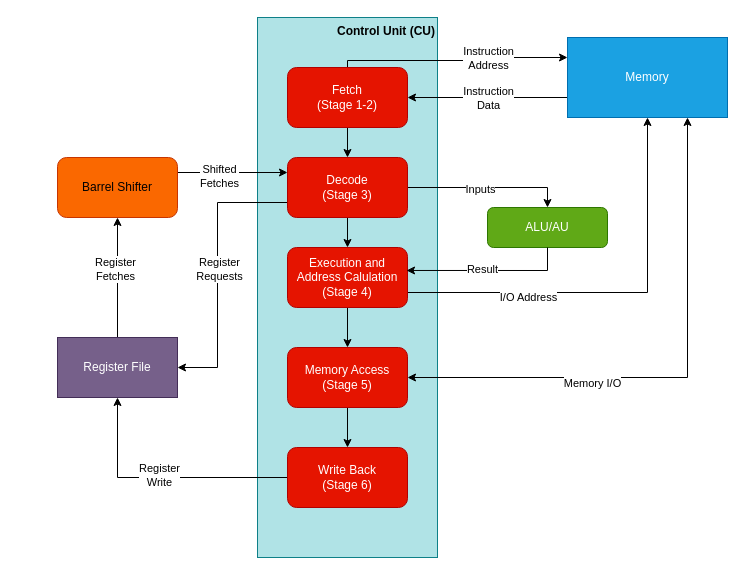
The draw.io diagram docs/reference/diagrams/cpu-block-diagram.drawio.xml in NoxHarmonium/sirc, before the edit. Source tidied: cells renumbered, new cells numbered last; positions are measured from the earlier drawing's top-left corner, leaving out a move shared by most shapes. Both pictures are drawn from the tidied source at 100%, with x=0, y=0 at pixel (57, 17).
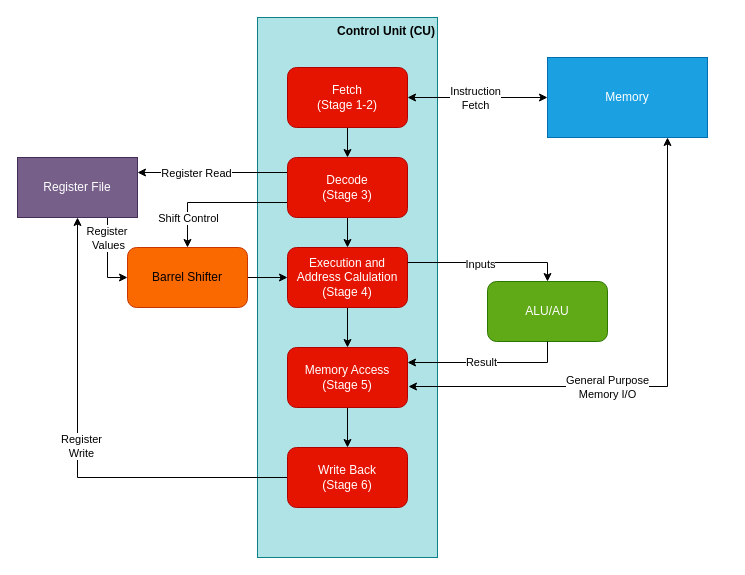
The same page after the edit.

The change refers to these unchanged cells:
```xml
<mxCell id="6" value="&lt;div&gt;Fetch&lt;/div&gt;&lt;div&gt;(Stage 1-2)&lt;/div&gt;" style="rounded=1;whiteSpace=wrap;html=1;fillColor=#e51400;fontColor=#ffffff;strokeColor=#B20000;" parent="1" vertex="1">
  <mxGeometry x="230" y="50" width="120" height="60" as="geometry" />
</mxCell>
<mxCell id="10" value="&lt;div&gt;Execution and Address Calulation&lt;/div&gt;&lt;div&gt;(Stage 4)&lt;/div&gt;" style="rounded=1;whiteSpace=wrap;html=1;fillColor=#e51400;fontColor=#ffffff;strokeColor=#B20000;" parent="1" vertex="1">
  <mxGeometry x="230" y="230" width="120" height="60" as="geometry" />
</mxCell>
<mxCell id="12" value="&lt;div&gt;Memory Access&lt;/div&gt;&lt;div&gt;(Stage 5)&lt;/div&gt;" style="rounded=1;whiteSpace=wrap;html=1;fillColor=#e51400;fontColor=#ffffff;strokeColor=#B20000;" parent="1" vertex="1">
  <mxGeometry x="230" y="330" width="120" height="60" as="geometry" />
</mxCell>
<mxCell id="33" value="&lt;div&gt;Decode&lt;/div&gt;&lt;div&gt;(Stage 3)&lt;/div&gt;" style="rounded=1;whiteSpace=wrap;html=1;fillColor=#e51400;fontColor=#ffffff;strokeColor=#B20000;" parent="1" vertex="1">
  <mxGeometry x="230" y="140" width="120" height="60" as="geometry" />
</mxCell>
```

The edit, as a diff of the source:
```diff
@@
-    <mxCell id="4" style="edgeStyle=orthogonalEdgeStyle;rounded=0;jettySize=auto;html=1;exitX=0.5;exitY=0;exitDx=0;exitDy=0;entryX=0;entryY=0.25;entryDx=0;entryDy=0;" parent="1" edge="1" source="6" target="21">
-      <mxGeometry relative="1" as="geometry">
-        <Array as="points">
-          <mxPoint x="290" y="43" />
-          <mxPoint x="430" y="43" />
-        </Array>
-      </mxGeometry>
-    </mxCell>
-    <mxCell id="5" value="&lt;div&gt;Instruction&lt;/div&gt;&lt;div&gt;Address&lt;/div&gt;" style="edgeLabel;html=1;align=center;verticalAlign=middle;" parent="4" vertex="1">
-      <mxGeometry x="0.17" y="-5" relative="1" as="geometry">
-        <mxPoint x="12" y="-8" as="offset" />
-      </mxGeometry>
-    </mxCell>
@@
-    <mxCell id="8" style="edgeStyle=orthogonalEdgeStyle;rounded=0;jettySize=auto;html=1;exitX=1;exitY=0.75;exitDx=0;exitDy=0;entryX=0.5;entryY=1;entryDx=0;entryDy=0;" parent="1" edge="1" source="10" target="21">
-      <mxGeometry relative="1" as="geometry" />
-    </mxCell>
-    <mxCell id="9" value="I/O Address" style="edgeLabel;html=1;align=center;verticalAlign=middle;" parent="8" vertex="1">
-      <mxGeometry x="-0.42" y="-4" relative="1" as="geometry" />
-    </mxCell>
@@
     <mxCell id="16" value="ALU/AU" style="rounded=1;whiteSpace=wrap;html=1;fillColor=#60a917;fontColor=#ffffff;strokeColor=#2D7600;" parent="1" vertex="1">
-      <mxGeometry x="430" y="190" width="120" height="40" as="geometry" />
+      <mxGeometry x="430" y="264" width="120" height="60" as="geometry" />
     </mxCell>
-    <mxCell id="17" style="edgeStyle=orthogonalEdgeStyle;rounded=0;jettySize=auto;html=1;exitX=0.75;exitY=1;exitDx=0;exitDy=0;entryX=1;entryY=0.5;entryDx=0;entryDy=0;startArrow=classic;startFill=1;" parent="1" edge="1" source="21" target="12">
+    <mxCell id="17" style="edgeStyle=orthogonalEdgeStyle;rounded=0;jettySize=auto;html=1;exitX=0.75;exitY=1;exitDx=0;exitDy=0;entryX=1.008;entryY=0.65;entryDx=0;entryDy=0;startArrow=classic;startFill=1;entryPerimeter=0;" parent="1" edge="1" source="21" target="12">
       <mxGeometry relative="1" as="geometry" />
     </mxCell>
-    <mxCell id="18" value="Memory I/O" style="edgeLabel;html=1;align=center;verticalAlign=middle;" parent="17" vertex="1">
-      <mxGeometry x="0.32" y="5" relative="1" as="geometry" />
+    <mxCell id="18" value="General Purpose&lt;div&gt;Memory I/O&lt;/div&gt;" style="edgeLabel;html=1;align=center;verticalAlign=middle;fontStyle=0;" parent="17" vertex="1">
+      <mxGeometry x="0.32" y="5" relative="1" as="geometry">
+        <mxPoint x="25" y="-5" as="offset" />
+      </mxGeometry>
     </mxCell>
-    <mxCell id="19" style="edgeStyle=orthogonalEdgeStyle;rounded=0;jettySize=auto;html=1;exitX=0;exitY=0.75;exitDx=0;exitDy=0;entryX=1;entryY=0.5;entryDx=0;entryDy=0;" parent="1" edge="1" source="21" target="6">
+    <mxCell id="19" style="edgeStyle=orthogonalEdgeStyle;rounded=0;jettySize=auto;html=1;exitX=0;exitY=0.5;exitDx=0;exitDy=0;entryX=1;entryY=0.5;entryDx=0;entryDy=0;startArrow=classic;startFill=1;" parent="1" edge="1" source="21" target="6">
       <mxGeometry relative="1" as="geometry" />
     </mxCell>
-    <mxCell id="20" value="&lt;div&gt;Instruction&lt;/div&gt;&lt;div&gt;Data&lt;/div&gt;" style="edgeLabel;html=1;align=center;verticalAlign=middle;" parent="19" vertex="1">
+    <mxCell id="20" value="&lt;div&gt;Instruction&lt;/div&gt;&lt;div&gt;Fetch&lt;/div&gt;" style="edgeLabel;html=1;align=center;verticalAlign=middle;" parent="19" vertex="1">
       <mxGeometry x="-0.25" y="1" relative="1" as="geometry">
         <mxPoint x="-20" y="-1" as="offset" />
       </mxGeometry>
     </mxCell>
     <mxCell id="21" value="Memory" style="rounded=0;whiteSpace=wrap;html=1;fillColor=#1ba1e2;fontColor=#ffffff;strokeColor=#006EAF;" parent="1" vertex="1">
-      <mxGeometry x="510" y="20" width="160" height="80" as="geometry" />
+      <mxGeometry x="490" y="40" width="160" height="80" as="geometry" />
     </mxCell>
-    <mxCell id="22" style="edgeStyle=orthogonalEdgeStyle;rounded=0;jettySize=auto;html=1;exitX=0.5;exitY=0;exitDx=0;exitDy=0;entryX=0.5;entryY=1;entryDx=0;entryDy=0;" parent="1" edge="1" source="24" target="27">
+    <mxCell id="22" style="edgeStyle=orthogonalEdgeStyle;rounded=0;jettySize=auto;html=1;exitX=0.75;exitY=1;exitDx=0;exitDy=0;entryX=0;entryY=0.5;entryDx=0;entryDy=0;" parent="1" edge="1" source="24" target="27">
       <mxGeometry relative="1" as="geometry" />
     </mxCell>
-    <mxCell id="23" value="&lt;div&gt;Register&lt;/div&gt;&lt;div&gt;Fetches&lt;/div&gt;" style="edgeLabel;html=1;align=center;verticalAlign=middle;" parent="22" vertex="1">
-      <mxGeometry x="0.15" y="3" relative="1" as="geometry" />
-    </mxCell>
+    <mxCell id="36" value="&lt;div&gt;Register&amp;nbsp;&lt;/div&gt;&lt;div&gt;Values&lt;/div&gt;" style="edgeLabel;html=1;align=center;verticalAlign=middle;" parent="22" vertex="1">
+      <mxGeometry x="-0.28" y="3" relative="1" as="geometry">
+        <mxPoint x="-3" y="-9" as="offset" />
+      </mxGeometry>
+    </mxCell>
     <mxCell id="24" value="Register File" style="rounded=0;whiteSpace=wrap;html=1;fillColor=#76608a;fontColor=#ffffff;strokeColor=#432D57;" parent="1" vertex="1">
-      <mxGeometry y="320" width="120" height="60" as="geometry" />
+      <mxGeometry x="-40" y="140" width="120" height="60" as="geometry" />
     </mxCell>
-    <mxCell id="25" style="edgeStyle=orthogonalEdgeStyle;rounded=0;jettySize=auto;html=1;exitX=1;exitY=0.25;exitDx=0;exitDy=0;entryX=0;entryY=0.25;entryDx=0;entryDy=0;" parent="1" edge="1" source="27" target="33">
-      <mxGeometry relative="1" as="geometry" />
-    </mxCell>
-    <mxCell id="26" value="&lt;div&gt;Shifted&lt;/div&gt;&lt;div&gt;Fetches&lt;/div&gt;" style="edgeLabel;html=1;align=center;verticalAlign=middle;" parent="25" vertex="1">
-      <mxGeometry x="-0.25" y="-3" relative="1" as="geometry" />
-    </mxCell>
+    <mxCell id="37" style="edgeStyle=orthogonalEdgeStyle;rounded=0;jettySize=auto;html=1;exitX=1;exitY=0.5;exitDx=0;exitDy=0;entryX=0;entryY=0.5;entryDx=0;entryDy=0;" parent="1" edge="1" source="27" target="10">
+      <mxGeometry relative="1" as="geometry" />
+    </mxCell>
     <mxCell id="27" value="Barrel Shifter" style="rounded=1;whiteSpace=wrap;html=1;fillColor=#fa6800;fontColor=#000000;strokeColor=#C73500;" parent="1" vertex="1">
-      <mxGeometry y="140" width="120" height="60" as="geometry" />
+      <mxGeometry x="70" y="230" width="120" height="60" as="geometry" />
     </mxCell>
-    <mxCell id="28" style="edgeStyle=orthogonalEdgeStyle;rounded=0;jettySize=auto;html=1;exitX=1;exitY=0.5;exitDx=0;exitDy=0;entryX=0.5;entryY=0;entryDx=0;entryDy=0;" parent="1" edge="1" source="33" target="16">
-      <mxGeometry relative="1" as="geometry" />
+    <mxCell id="28" style="edgeStyle=orthogonalEdgeStyle;rounded=0;jettySize=auto;html=1;exitX=1;exitY=0.25;exitDx=0;exitDy=0;entryX=0.5;entryY=0;entryDx=0;entryDy=0;" parent="1" edge="1" source="10" target="16">
+      <mxGeometry relative="1" as="geometry">
+        <Array as="points">
+          <mxPoint x="490" y="245" />
+        </Array>
+      </mxGeometry>
     </mxCell>
@@
-    <mxCell id="31" style="edgeStyle=orthogonalEdgeStyle;rounded=0;jettySize=auto;html=1;exitX=0;exitY=0.75;exitDx=0;exitDy=0;entryX=1;entryY=0.5;entryDx=0;entryDy=0;" parent="1" edge="1" source="33" target="24">
-      <mxGeometry relative="1" as="geometry">
-        <Array as="points">
-          <mxPoint x="160" y="185" />
-          <mxPoint x="160" y="350" />
-        </Array>
-      </mxGeometry>
+    <mxCell id="31" style="edgeStyle=orthogonalEdgeStyle;rounded=0;jettySize=auto;html=1;exitX=0;exitY=0.25;exitDx=0;exitDy=0;entryX=1;entryY=0.25;entryDx=0;entryDy=0;" parent="1" edge="1" source="33" target="24">
+      <mxGeometry relative="1" as="geometry" />
     </mxCell>
-    <mxCell id="32" value="&lt;div&gt;Register&lt;/div&gt;&lt;div&gt;Requests&lt;/div&gt;" style="edgeLabel;html=1;align=center;verticalAlign=middle;" parent="31" vertex="1">
-      <mxGeometry x="-0.01" y="1" relative="1" as="geometry" />
-    </mxCell>
+    <mxCell id="38" value="Register Read" style="edgeLabel;html=1;align=center;verticalAlign=middle;" parent="31" vertex="1">
+      <mxGeometry x="0.23" relative="1" as="geometry" />
+    </mxCell>
+    <mxCell id="39" style="edgeStyle=orthogonalEdgeStyle;rounded=0;jettySize=auto;html=1;exitX=0;exitY=0.75;exitDx=0;exitDy=0;entryX=0.5;entryY=0;entryDx=0;entryDy=0;" parent="1" edge="1" source="33" target="27">
+      <mxGeometry relative="1" as="geometry" />
+    </mxCell>
+    <mxCell id="40" value="Shift Control" style="edgeLabel;html=1;align=center;verticalAlign=middle;" parent="39" vertex="1">
+      <mxGeometry x="-0.12" y="2" relative="1" as="geometry">
+        <mxPoint x="-36" y="13" as="offset" />
+      </mxGeometry>
+    </mxCell>
@@
-    <mxCell id="34" style="edgeStyle=orthogonalEdgeStyle;rounded=0;jettySize=auto;html=1;exitX=0.5;exitY=1;exitDx=0;exitDy=0;entryX=0.992;entryY=0.383;entryDx=0;entryDy=0;entryPerimeter=0;" parent="1" edge="1" source="16" target="10">
+    <mxCell id="34" style="edgeStyle=orthogonalEdgeStyle;rounded=0;jettySize=auto;html=1;exitX=0.5;exitY=1;exitDx=0;exitDy=0;entryX=1;entryY=0.25;entryDx=0;entryDy=0;" parent="1" edge="1" source="16" target="12">
       <mxGeometry relative="1" as="geometry" />
     </mxCell>
```
